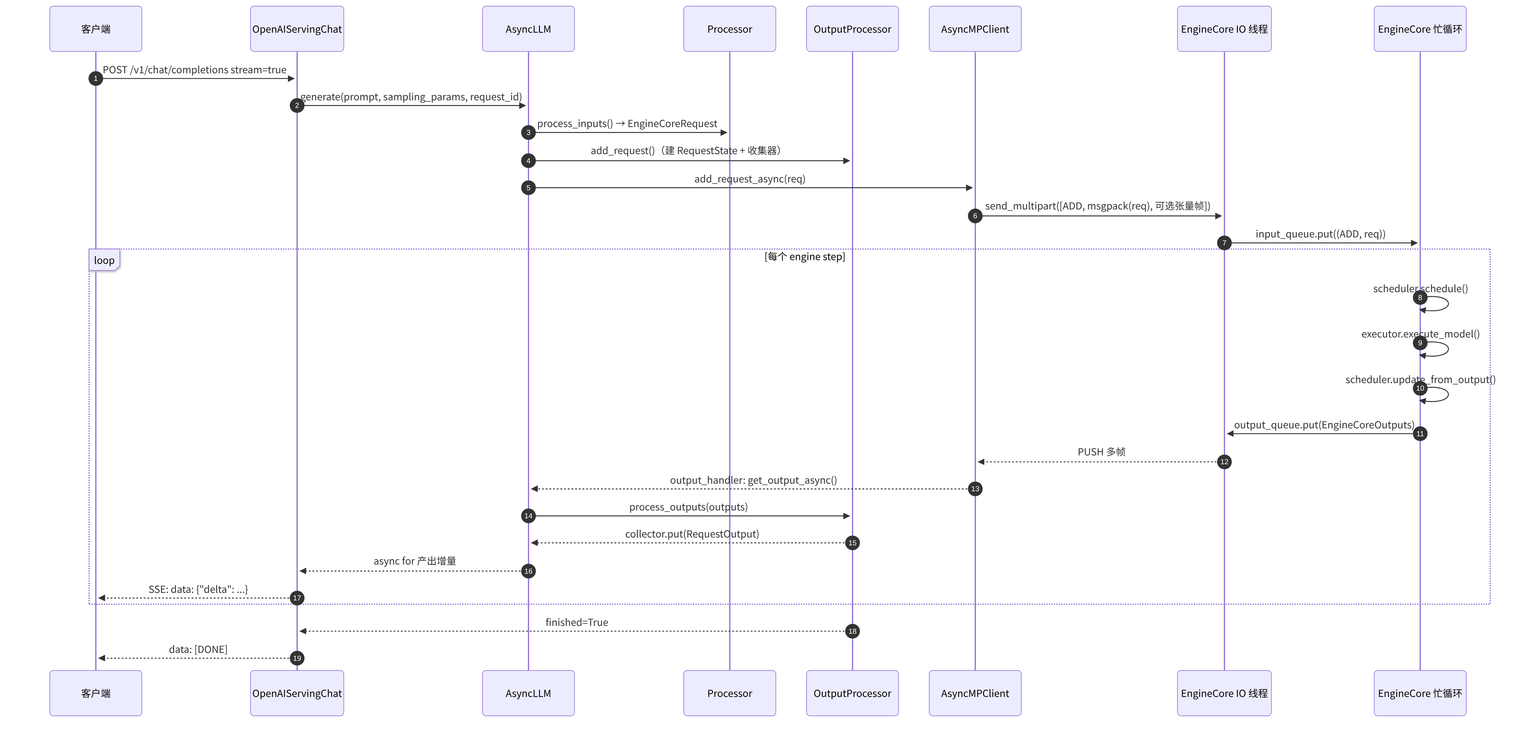
The Mermaid diagram course/revised/images/B1/B1-fig2.png in Wedsonlin/vllm_code, before a commit. Its source is kept beside it as course/revised/diagrams-src/B1/B1-fig2.mmd. Source of this version:
```mermaid
sequenceDiagram
  autonumber
  participant C as 客户端
  participant API as OpenAIServingChat
  participant A as AsyncLLM
  participant P as Processor
  participant OP as OutputProcessor
  participant CL as AsyncMPClient
  participant IO as EngineCore IO 线程
  participant BL as EngineCore 忙循环
  C->>API: POST /v1/chat/completions stream=true
  API->>A: generate(prompt, sampling_params, request_id)
  A->>P: process_inputs() → EngineCoreRequest
  A->>OP: add_request()（建 RequestState + 收集器）
  A->>CL: add_request_async(req)
  CL->>IO: send_multipart([ADD, msgpack(req), 可选张量帧])
  IO->>BL: input_queue.put((ADD, req))
  loop 每个 engine step
    BL->>BL: scheduler.schedule()
    BL->>BL: executor.execute_model()
    BL->>BL: scheduler.update_from_output()
    BL->>IO: output_queue.put(EngineCoreOutputs)
    IO-->>CL: PUSH 多帧
    CL-->>A: output_handler: get_output_async()
    A->>OP: process_outputs(outputs)
    OP-->>A: collector.put(RequestOutput)
    A-->>API: async for 产出增量
    API-->>C: SSE: data: {"delta": ...}
  end
  OP-->>API: finished=True
  API-->>C: data: [DONE]
```
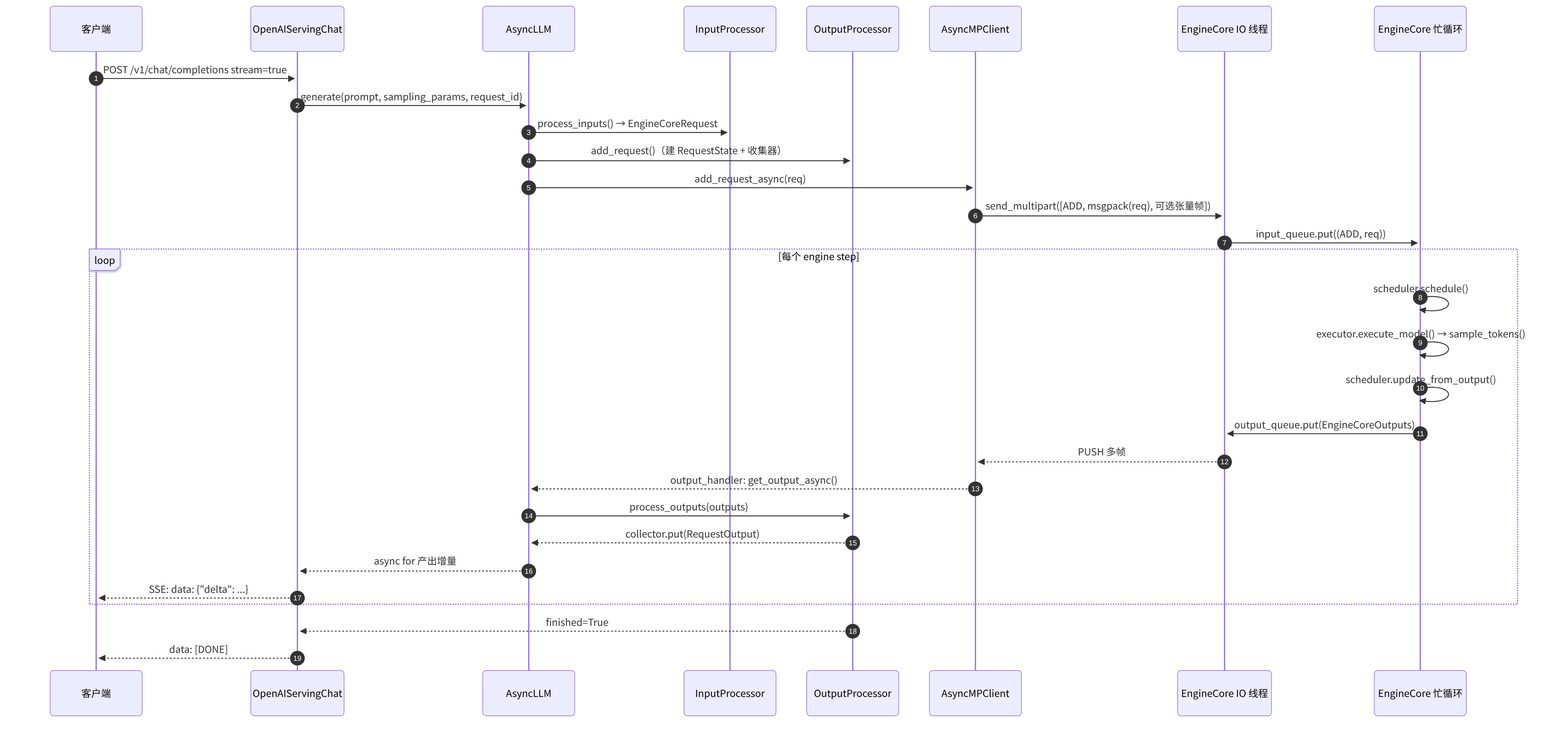
After the commit.

The edit, as a diff of the source:
```diff
@@ -3,7 +3,7 @@
   participant C as 客户端
   participant API as OpenAIServingChat
   participant A as AsyncLLM
-  participant P as Processor
+  participant P as InputProcessor
   participant OP as OutputProcessor
   participant CL as AsyncMPClient
   participant IO as EngineCore IO 线程
@@ -17,7 +17,7 @@
   IO->>BL: input_queue.put((ADD, req))
   loop 每个 engine step
     BL->>BL: scheduler.schedule()
-    BL->>BL: executor.execute_model()
+    BL->>BL: executor.execute_model() → sample_tokens()
     BL->>BL: scheduler.update_from_output()
     BL->>IO: output_queue.put(EngineCoreOutputs)
     IO-->>CL: PUSH 多帧
```
